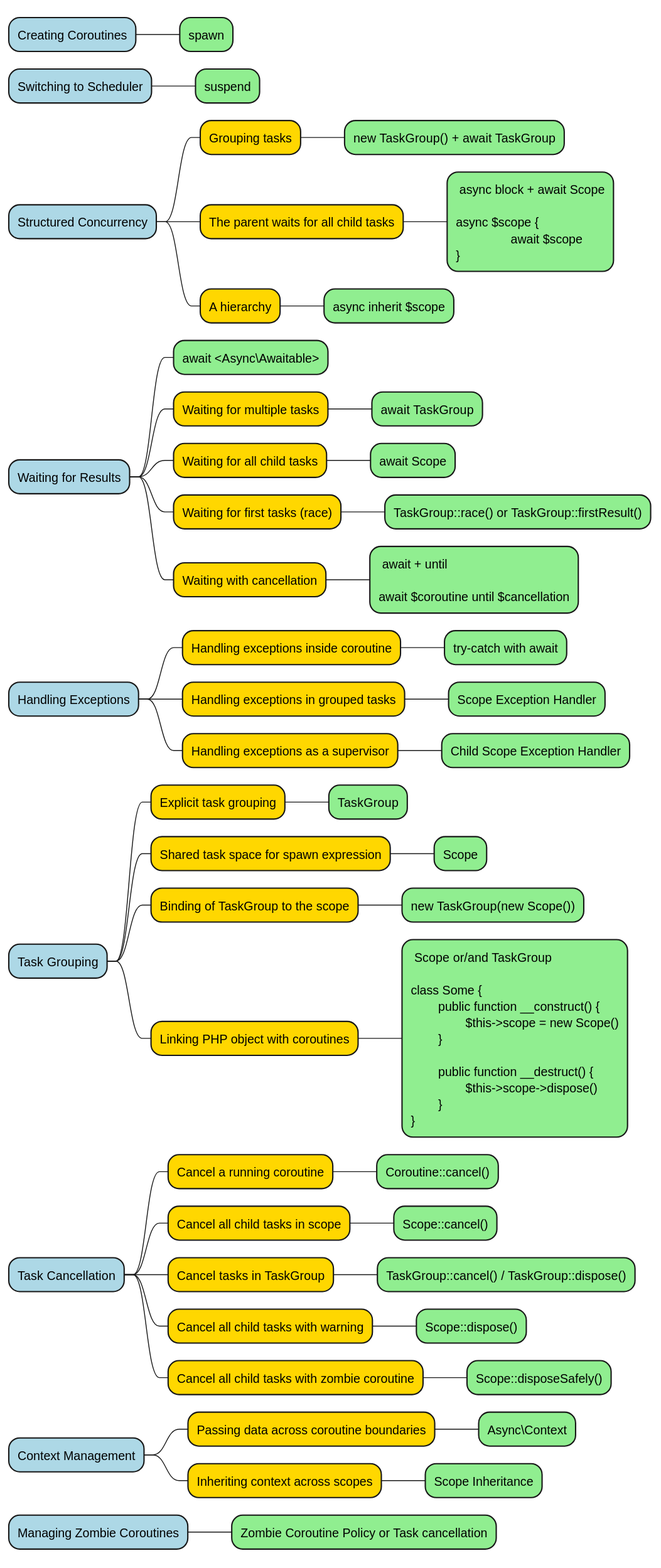
The PlantUML diagram diagrams/mind-map.svg in true-async/php-true-async-rfc, before a commit.
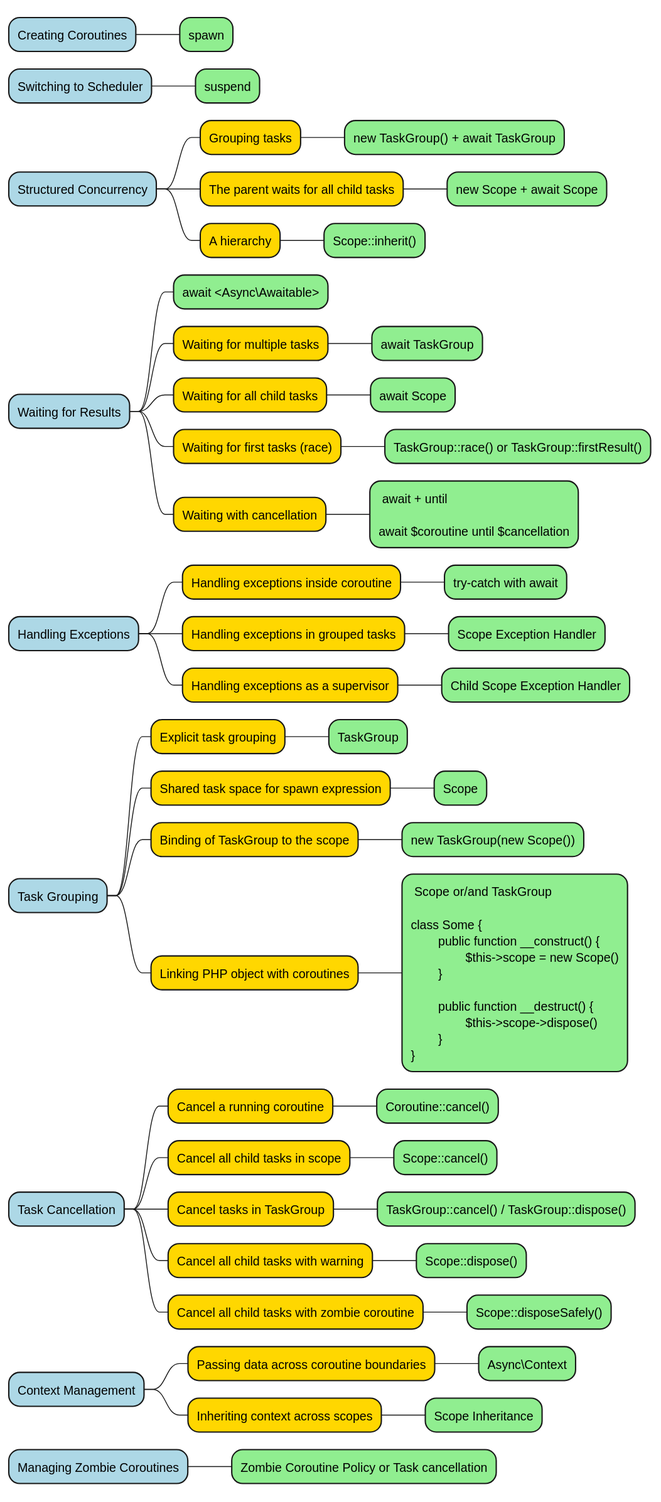
After the change.

Commit message:
Refactor ProcessPool to simplify scope management; replace poolScope with TaskGroup for improved clarity and resource handling

The edit, as a diff of the source:
```diff
@@ -7,13 +7,9 @@
 **[#FFD700] Grouping tasks
 ***[#lightgreen] new TaskGroup() + await TaskGroup
 **[#FFD700] The parent waits for all child tasks
-***[#lightgreen]: async block + await Scope
-
-async $scope {
-		await $scope
-};
+***[#lightgreen] new Scope + await Scope
 **[#FFD700] A hierarchy
-***[#lightgreen] async inherit $scope
+***[#lightgreen] Scope::inherit()
 *[#lightblue] Waiting for Results
 **[#lightgreen] await <Async\Awaitable>
 **[#FFD700] Waiting for multiple tasks
```
